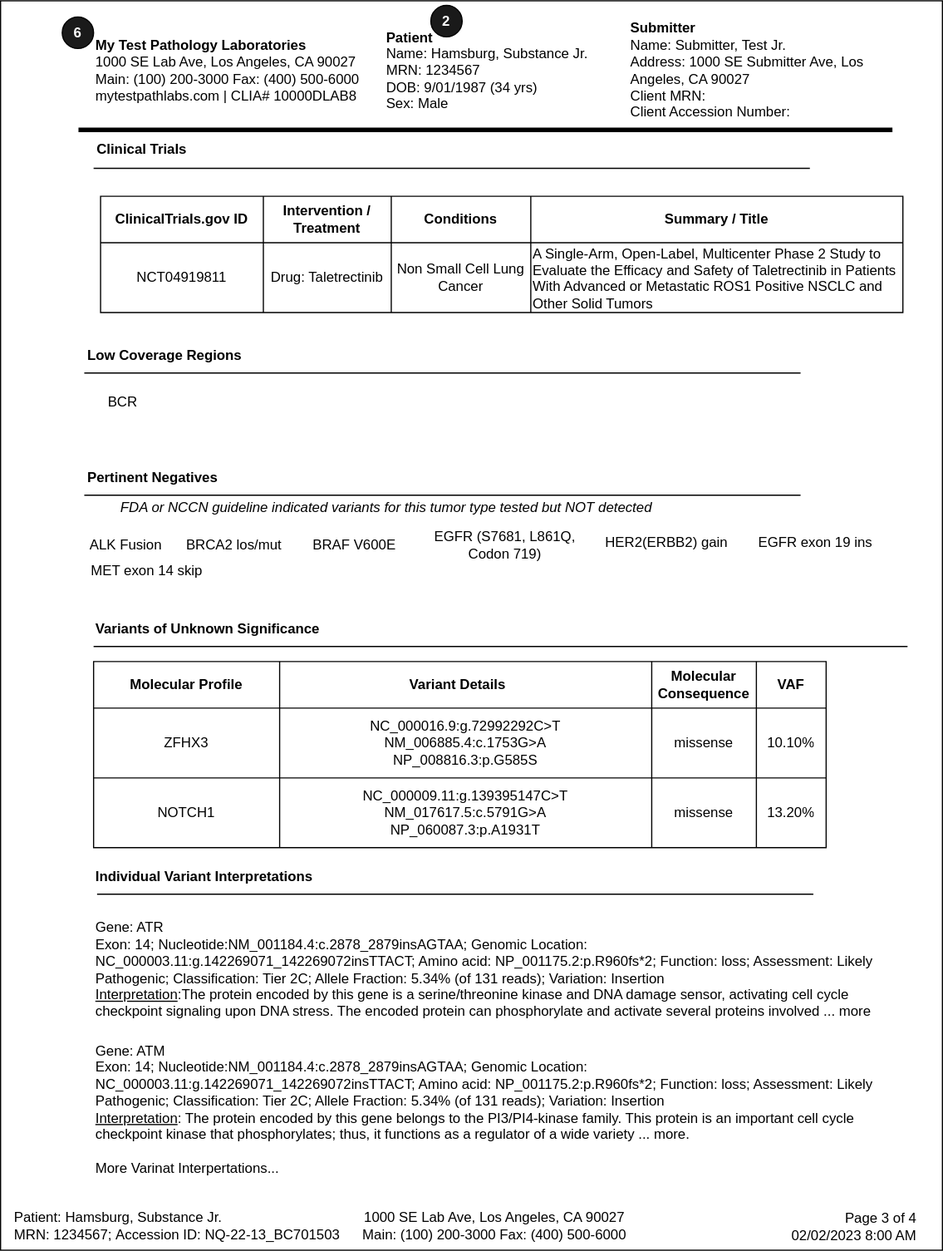
The draw.io diagram input/images/Report_Page3.svg in HL7/genomics-reporting, before a commit. Source tidied: cells renumbered, new cells last; positions are measured from the earlier drawing's top-left corner, leaving out a move shared by most shapes.
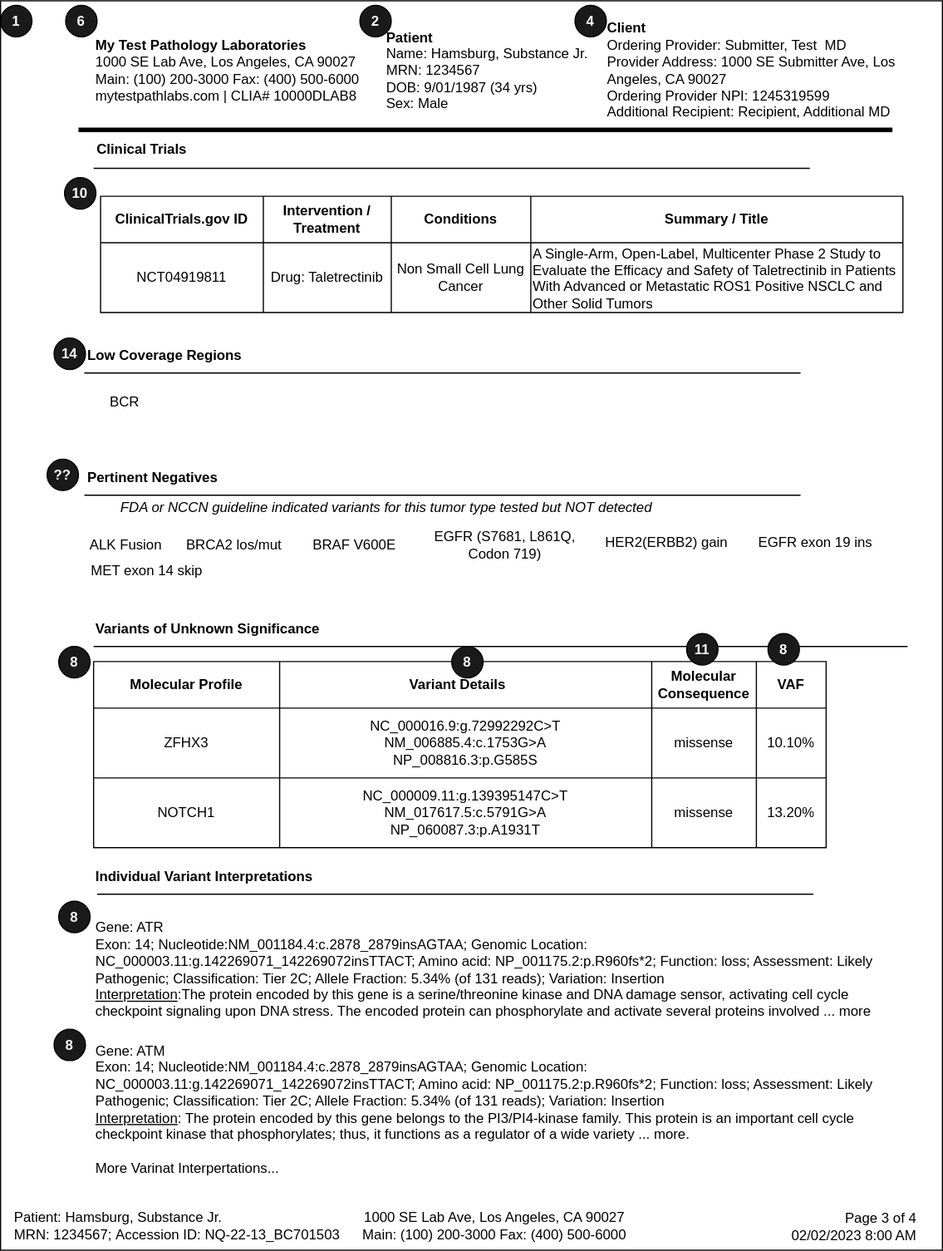
Above is the later version.

The edit, as a diff of the source:
```diff
@@ -11,9 +11,6 @@
     <mxCell id="4" value="&lt;b&gt;Patient&lt;/b&gt;&lt;br&gt;Name: Hamsburg, Substance Jr.&lt;br style=&quot;border-color: var(--border-color);&quot;&gt;MRN: 1234567&lt;br&gt;DOB: 9/01/1987 (34 yrs) &lt;br&gt;Sex: Male" style="text;html=1;strokeColor=none;fillColor=none;align=left;verticalAlign=middle;whiteSpace=wrap;rounded=0;" parent="1" vertex="1">
       <mxGeometry x="330" y="20" width="210" height="80" as="geometry" />
     </mxCell>
-    <mxCell id="5" value="&lt;b&gt;Submitter&lt;br&gt;&lt;/b&gt;Name: Submitter, Test Jr.&lt;br style=&quot;border-color: var(--border-color);&quot;&gt;Address: 1000 SE Submitter Ave, Los Angeles, CA 90027&lt;br style=&quot;border-color: var(--border-color);&quot;&gt;Client MRN:&lt;br&gt;Client Accession Number:" style="text;html=1;strokeColor=none;fillColor=none;align=left;verticalAlign=middle;whiteSpace=wrap;rounded=0;" parent="1" vertex="1">
-      <mxGeometry x="540" y="20" width="250" height="80" as="geometry" />
-    </mxCell>
     <mxCell id="6" style="line;strokeWidth=4;html=1;perimeter=backbonePerimeter;" parent="1" vertex="1">
       <mxGeometry x="67" y="106" width="700" height="10" as="geometry" />
     </mxCell>
@@ -32,12 +29,6 @@
     <mxCell id="10" value="&amp;nbsp;Page 3 of 4&lt;br style=&quot;border-color: var(--border-color);&quot;&gt;02/02/2023 8:00 AM" style="text;html=1;strokeColor=none;fillColor=none;align=right;verticalAlign=middle;whiteSpace=wrap;rounded=0;" parent="1" vertex="1">
       <mxGeometry x="670" y="1034" width="120" height="40" as="geometry" />
     </mxCell>
-    <mxCell id="11" value="&lt;font color=&quot;#ffffff&quot; style=&quot;font-size: 12px;&quot;&gt;&lt;b&gt;6&lt;/b&gt;&lt;/font&gt;" style="ellipse;whiteSpace=wrap;html=1;fillColor=#1A1A1A;direction=south;" parent="1" vertex="1">
-      <mxGeometry x="53" y="14" width="27" height="27" as="geometry" />
-    </mxCell>
-    <mxCell id="12" value="&lt;font color=&quot;#ffffff&quot; style=&quot;font-size: 12px;&quot;&gt;&lt;b&gt;2&lt;/b&gt;&lt;/font&gt;" style="ellipse;whiteSpace=wrap;html=1;fillColor=#1A1A1A;direction=south;" parent="1" vertex="1">
-      <mxGeometry x="370" y="4" width="27" height="27" as="geometry" />
-    </mxCell>
     <mxCell id="13" style="shape=table;startSize=0;" parent="1" vertex="1">
       <mxGeometry x="80" y="568" width="630" height="160" as="geometry" />
     </mxCell>
@@ -113,7 +104,7 @@
     <mxCell id="35" value="Low Coverage Regions" style="text;html=1;strokeColor=none;fillColor=none;align=left;verticalAlign=middle;whiteSpace=wrap;rounded=0;fontStyle=1;" parent="1" vertex="1">
       <mxGeometry x="73" y="290" width="315" height="30" as="geometry" />
     </mxCell>
-    <mxCell id="36" value="BCR&amp;nbsp;" style="text;html=1;strokeColor=none;fillColor=none;align=center;verticalAlign=middle;whiteSpace=wrap;rounded=0;" parent="1" vertex="1">
+    <mxCell id="36" value="BCR" style="text;html=1;strokeColor=none;fillColor=none;align=center;verticalAlign=middle;whiteSpace=wrap;rounded=0;" parent="1" vertex="1">
       <mxGeometry x="77" y="330" width="60" height="30" as="geometry" />
     </mxCell>
     <mxCell id="37" style="endArrow=none;html=1;rounded=0;" parent="1" edge="1">
@@ -191,5 +182,47 @@
     <mxCell id="59" value="A Single-Arm, Open-Label, Multicenter Phase 2 Study to Evaluate the Efficacy and Safety of Taletrectinib in Patients With Advanced or Metastatic ROS1 Positive NSCLC and Other Solid Tumors" style="shape=partialRectangle;html=1;whiteSpace=wrap;strokeColor=inherit;overflow=hidden;fillColor=none;top=0;left=0;bottom=0;right=0;align=left;" parent="55" vertex="1">
       <mxGeometry x="370" width="320" height="60" as="geometry" />
     </mxCell>
+    <mxCell id="60" value="&lt;b&gt;Client&lt;br&gt;&lt;/b&gt;Ordering Provider: Submitter, Test&amp;nbsp; MD&lt;br style=&quot;border-color: var(--border-color);&quot;&gt;Provider Address: 1000 SE Submitter Ave, Los Angeles, CA 90027&lt;br&gt;Ordering Provider NPI: 1245319599&lt;br&gt;Additional Recipient: Recipient, Additional MD" style="text;html=1;strokeColor=none;fillColor=none;align=left;verticalAlign=middle;whiteSpace=wrap;rounded=0;" parent="1" vertex="1">
+      <mxGeometry x="520" y="20" width="290" height="80" as="geometry" />
+    </mxCell>
+    <mxCell id="12" value="&lt;font color=&quot;#ffffff&quot; style=&quot;font-size: 12px;&quot;&gt;&lt;b&gt;2&lt;/b&gt;&lt;/font&gt;" style="ellipse;whiteSpace=wrap;html=1;fillColor=#1A1A1A;direction=south;" parent="1" vertex="1">
+      <mxGeometry x="309" y="4" width="27" height="27" as="geometry" />
+    </mxCell>
+    <mxCell id="11" value="&lt;font color=&quot;#ffffff&quot; style=&quot;font-size: 12px;&quot;&gt;&lt;b&gt;6&lt;/b&gt;&lt;/font&gt;" style="ellipse;whiteSpace=wrap;html=1;fillColor=#1A1A1A;direction=south;" parent="1" vertex="1">
+      <mxGeometry x="56" y="4" width="27" height="27" as="geometry" />
+    </mxCell>
+    <mxCell id="61" value="&lt;font color=&quot;#ffffff&quot; style=&quot;font-size: 12px;&quot;&gt;&lt;b&gt;4&lt;/b&gt;&lt;/font&gt;" style="ellipse;whiteSpace=wrap;html=1;fillColor=#1A1A1A;direction=south;" parent="1" vertex="1">
+      <mxGeometry x="494" y="4" width="27" height="27" as="geometry" />
+    </mxCell>
+    <mxCell id="62" value="&lt;font color=&quot;#ffffff&quot; style=&quot;font-size: 12px;&quot;&gt;&lt;b&gt;1&lt;/b&gt;&lt;/font&gt;" style="ellipse;whiteSpace=wrap;html=1;fillColor=#1A1A1A;direction=south;" parent="1" vertex="1">
+      <mxGeometry y="4" width="27" height="27" as="geometry" />
+    </mxCell>
+    <mxCell id="63" value="&lt;font color=&quot;#ffffff&quot; style=&quot;font-size: 12px;&quot;&gt;&lt;b&gt;10&lt;/b&gt;&lt;/font&gt;" style="ellipse;whiteSpace=wrap;html=1;fillColor=#1A1A1A;direction=south;" parent="1" vertex="1">
+      <mxGeometry x="55" y="152" width="27" height="27" as="geometry" />
+    </mxCell>
+    <mxCell id="64" value="&lt;font color=&quot;#ffffff&quot; style=&quot;font-size: 12px;&quot;&gt;&lt;b&gt;14&lt;/b&gt;&lt;/font&gt;" style="ellipse;whiteSpace=wrap;html=1;fillColor=#1A1A1A;direction=south;" parent="1" vertex="1">
+      <mxGeometry x="46" y="290" width="27" height="27" as="geometry" />
+    </mxCell>
+    <mxCell id="65" value="&lt;font color=&quot;#ffffff&quot; style=&quot;font-size: 12px;&quot;&gt;&lt;b&gt;??&lt;/b&gt;&lt;/font&gt;" style="ellipse;whiteSpace=wrap;html=1;fillColor=#1A1A1A;direction=south;" parent="1" vertex="1">
+      <mxGeometry x="40" y="394" width="27" height="27" as="geometry" />
+    </mxCell>
+    <mxCell id="66" value="&lt;font color=&quot;#ffffff&quot; style=&quot;font-size: 12px;&quot;&gt;&lt;b&gt;8&lt;/b&gt;&lt;/font&gt;" style="ellipse;whiteSpace=wrap;html=1;fillColor=#1A1A1A;direction=south;" parent="1" vertex="1">
+      <mxGeometry x="50" y="555" width="27" height="27" as="geometry" />
+    </mxCell>
+    <mxCell id="67" value="&lt;font color=&quot;#ffffff&quot; style=&quot;font-size: 12px;&quot;&gt;&lt;b&gt;8&lt;/b&gt;&lt;/font&gt;" style="ellipse;whiteSpace=wrap;html=1;fillColor=#1A1A1A;direction=south;" parent="1" vertex="1">
+      <mxGeometry x="388" y="555" width="27" height="27" as="geometry" />
+    </mxCell>
+    <mxCell id="68" value="&lt;font color=&quot;#ffffff&quot; style=&quot;font-size: 12px;&quot;&gt;&lt;b&gt;11&lt;/b&gt;&lt;/font&gt;" style="ellipse;whiteSpace=wrap;html=1;fillColor=#1A1A1A;direction=south;" parent="1" vertex="1">
+      <mxGeometry x="590" y="544" width="27" height="27" as="geometry" />
+    </mxCell>
+    <mxCell id="69" value="&lt;font color=&quot;#ffffff&quot; style=&quot;font-size: 12px;&quot;&gt;&lt;b&gt;8&lt;/b&gt;&lt;/font&gt;" style="ellipse;whiteSpace=wrap;html=1;fillColor=#1A1A1A;direction=south;" parent="1" vertex="1">
+      <mxGeometry x="660" y="544" width="27" height="27" as="geometry" />
+    </mxCell>
+    <mxCell id="70" value="&lt;font color=&quot;#ffffff&quot; style=&quot;font-size: 12px;&quot;&gt;&lt;b&gt;8&lt;/b&gt;&lt;/font&gt;" style="ellipse;whiteSpace=wrap;html=1;fillColor=#1A1A1A;direction=south;" parent="1" vertex="1">
+      <mxGeometry x="50" y="774" width="27" height="27" as="geometry" />
+    </mxCell>
+    <mxCell id="71" value="&lt;font color=&quot;#ffffff&quot; style=&quot;font-size: 12px;&quot;&gt;&lt;b&gt;8&lt;/b&gt;&lt;/font&gt;" style="ellipse;whiteSpace=wrap;html=1;fillColor=#1A1A1A;direction=south;" parent="1" vertex="1">
+      <mxGeometry x="46" y="884" width="27" height="27" as="geometry" />
+    </mxCell>
   </root>
 </mxGraphModel>
```
